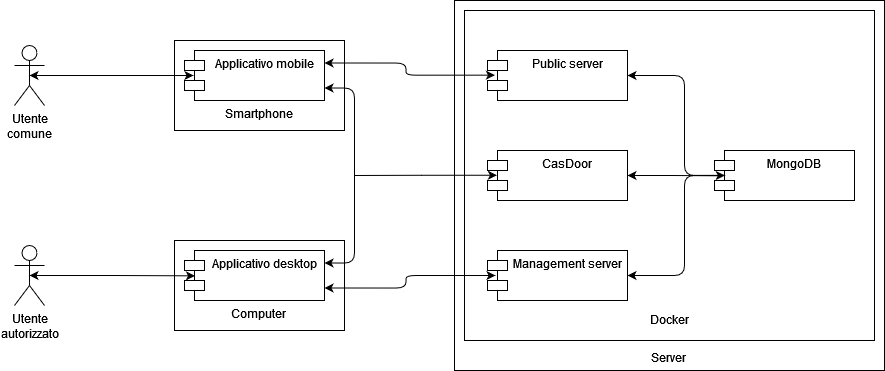
The draw.io diagram Deliverable-4/Images/Component.png in ELI20ZIVI/BeeLive, before a commit. Source tidied: cells renumbered, new cells last; positions are measured from the earlier drawing's top-left corner, leaving out a move shared by most shapes. Source of this version:
```xml
<mxGraphModel>
  <root>
    <mxCell id="0" />
    <mxCell id="1" parent="0" />
    <mxCell id="2" value="&lt;div&gt;&lt;br&gt;&lt;/div&gt;&lt;div&gt;&lt;br&gt;&lt;/div&gt;&lt;div&gt;&lt;br&gt;&lt;/div&gt;&lt;div&gt;&lt;br&gt;&lt;/div&gt;&lt;div&gt;&lt;br&gt;&lt;/div&gt;&lt;div&gt;&lt;br&gt;&lt;/div&gt;&lt;div&gt;&lt;br&gt;&lt;/div&gt;&lt;div&gt;&lt;br&gt;&lt;/div&gt;&lt;div&gt;&lt;br&gt;&lt;/div&gt;&lt;div&gt;&lt;br&gt;&lt;/div&gt;&lt;div&gt;&lt;br&gt;&lt;/div&gt;&lt;div&gt;&lt;br&gt;&lt;/div&gt;&lt;div&gt;&lt;br&gt;&lt;/div&gt;&lt;div&gt;&lt;br&gt;&lt;/div&gt;&lt;div&gt;&lt;br&gt;&lt;/div&gt;&lt;div&gt;&lt;br&gt;&lt;/div&gt;&lt;div&gt;&lt;br&gt;&lt;/div&gt;&lt;div&gt;&lt;br&gt;&lt;/div&gt;&lt;div&gt;&lt;br&gt;&lt;/div&gt;&lt;div&gt;&lt;br&gt;&lt;/div&gt;&lt;div&gt;&lt;br&gt;&lt;/div&gt;&lt;div&gt;&lt;br&gt;&lt;/div&gt;&lt;div&gt;&lt;br&gt;&lt;/div&gt;&lt;div&gt;&lt;br&gt;&lt;/div&gt;&lt;div&gt;Server&lt;br&gt;&lt;/div&gt;" style="html=1;whiteSpace=wrap;" parent="1" vertex="1">
      <mxGeometry x="440" width="430" height="370" as="geometry" />
    </mxCell>
    <mxCell id="3" value="&lt;br&gt;&lt;br&gt;&lt;br&gt;&lt;div&gt;&lt;br&gt;&lt;/div&gt;&lt;div&gt;Computer&lt;br&gt;&lt;/div&gt;" style="html=1;whiteSpace=wrap;" parent="1" vertex="1">
      <mxGeometry x="160" y="240" width="170" height="90" as="geometry" />
    </mxCell>
    <mxCell id="4" value="&lt;div&gt;&lt;br&gt;&lt;/div&gt;&lt;div&gt;&lt;br&gt;&lt;/div&gt;&lt;div&gt;&lt;br&gt;&lt;/div&gt;&lt;div&gt;&lt;br&gt;&lt;/div&gt;&lt;div&gt;Smartphone&lt;br&gt;&lt;/div&gt;" style="html=1;whiteSpace=wrap;" parent="1" vertex="1">
      <mxGeometry x="160" y="40" width="170" height="90" as="geometry" />
    </mxCell>
    <mxCell id="5" value="&lt;br&gt;&lt;div&gt;&lt;br&gt;&lt;/div&gt;&lt;div&gt;&lt;br&gt;&lt;/div&gt;&lt;div&gt;&lt;br&gt;&lt;/div&gt;&lt;div&gt;&lt;br&gt;&lt;/div&gt;&lt;div&gt;&lt;br&gt;&lt;/div&gt;&lt;div&gt;&lt;br&gt;&lt;/div&gt;&lt;div&gt;&lt;br&gt;&lt;/div&gt;&lt;div&gt;&lt;br&gt;&lt;/div&gt;&lt;div&gt;&lt;br&gt;&lt;/div&gt;&lt;div&gt;&lt;br&gt;&lt;/div&gt;&lt;div&gt;&lt;br&gt;&lt;/div&gt;&lt;div&gt;&lt;br&gt;&lt;/div&gt;&lt;div&gt;&lt;br&gt;&lt;/div&gt;&lt;div&gt;&lt;br&gt;&lt;/div&gt;&lt;div&gt;&lt;br&gt;&lt;/div&gt;&lt;div&gt;&lt;br&gt;&lt;/div&gt;&lt;div&gt;&lt;br&gt;&lt;/div&gt;&lt;div&gt;&lt;br&gt;&lt;/div&gt;&lt;div&gt;&lt;br&gt;&lt;/div&gt;&lt;div&gt;Docker&lt;/div&gt;" style="html=1;whiteSpace=wrap;" parent="1" vertex="1">
      <mxGeometry x="450" y="10" width="410" height="330" as="geometry" />
    </mxCell>
    <mxCell id="6" value="&lt;div&gt;Public server&lt;/div&gt;" style="shape=module;align=left;spacingLeft=20;align=center;verticalAlign=top;whiteSpace=wrap;html=1;" parent="1" vertex="1">
      <mxGeometry x="473" y="50" width="140" height="50" as="geometry" />
    </mxCell>
    <mxCell id="7" style="edgeStyle=orthogonalEdgeStyle;rounded=1;jettySize=auto;html=1;exitX=1;exitY=0.5;exitDx=0;exitDy=0;endArrow=none;endFill=0;entryX=0.069;entryY=0.497;entryDx=0;entryDy=0;entryPerimeter=0;curved=0;startArrow=classic;startFill=1;" parent="1" edge="1" source="8" target="21">
      <mxGeometry relative="1" as="geometry">
        <Array as="points">
          <mxPoint x="670" y="275" />
          <mxPoint x="670" y="175" />
        </Array>
      </mxGeometry>
    </mxCell>
    <mxCell id="8" value="Management server" style="shape=module;align=left;spacingLeft=20;align=center;verticalAlign=top;whiteSpace=wrap;html=1;" parent="1" vertex="1">
      <mxGeometry x="473" y="250" width="140" height="50" as="geometry" />
    </mxCell>
    <mxCell id="9" value="Applicativo desktop" style="shape=module;align=left;spacingLeft=20;align=center;verticalAlign=top;whiteSpace=wrap;html=1;" parent="1" vertex="1">
      <mxGeometry x="170" y="250" width="140" height="50" as="geometry" />
    </mxCell>
    <mxCell id="10" value="&lt;div&gt;Utente&lt;/div&gt;&lt;div&gt;comune&lt;/div&gt;" style="shape=umlActor;verticalLabelPosition=bottom;verticalAlign=top;html=1;" parent="1" vertex="1">
      <mxGeometry y="45" width="30" height="60" as="geometry" />
    </mxCell>
    <mxCell id="11" value="&lt;div&gt;Utente&lt;/div&gt;&lt;div&gt;autorizzato&lt;br&gt;&lt;/div&gt;" style="shape=umlActor;verticalLabelPosition=bottom;verticalAlign=top;html=1;" parent="1" vertex="1">
      <mxGeometry y="245" width="30" height="60" as="geometry" />
    </mxCell>
    <mxCell id="12" style="edgeStyle=orthogonalEdgeStyle;rounded=0;jettySize=auto;html=1;exitX=0.067;exitY=0.495;exitDx=0;exitDy=0;exitPerimeter=0;startArrow=classic;startFill=1;endArrow=none;endFill=0;" parent="1" edge="1" source="14">
      <mxGeometry relative="1" as="geometry">
        <mxPoint x="340" y="175" as="targetPoint" />
      </mxGeometry>
    </mxCell>
    <mxCell id="13" style="edgeStyle=orthogonalEdgeStyle;rounded=0;jettySize=auto;html=1;exitX=1;exitY=0.5;exitDx=0;exitDy=0;endArrow=none;endFill=0;entryX=0.053;entryY=0.506;entryDx=0;entryDy=0;entryPerimeter=0;startArrow=classic;startFill=1;" parent="1" edge="1" source="14" target="21">
      <mxGeometry relative="1" as="geometry" />
    </mxCell>
    <mxCell id="14" value="CasDoor" style="shape=module;align=left;spacingLeft=20;align=center;verticalAlign=top;whiteSpace=wrap;html=1;" parent="1" vertex="1">
      <mxGeometry x="473" y="150" width="140" height="50" as="geometry" />
    </mxCell>
    <mxCell id="15" style="edgeStyle=orthogonalEdgeStyle;rounded=1;jettySize=auto;html=1;exitX=1;exitY=0.75;exitDx=0;exitDy=0;endArrow=classic;endFill=1;strokeWidth=1;flowAnimation=0;curved=0;startArrow=classic;startFill=1;entryX=1;entryY=0.25;entryDx=0;entryDy=0;" parent="1" edge="1" source="16" target="9">
      <mxGeometry relative="1" as="geometry">
        <Array as="points">
          <mxPoint x="340" y="88" />
          <mxPoint x="340" y="262" />
        </Array>
      </mxGeometry>
    </mxCell>
    <mxCell id="16" value="Applicativo mobile" style="shape=module;align=left;spacingLeft=20;align=center;verticalAlign=top;whiteSpace=wrap;html=1;" parent="1" vertex="1">
      <mxGeometry x="170" y="50" width="140" height="50" as="geometry" />
    </mxCell>
    <mxCell id="17" style="edgeStyle=orthogonalEdgeStyle;rounded=0;jettySize=auto;html=1;exitX=0.5;exitY=0.5;exitDx=0;exitDy=0;exitPerimeter=0;entryX=0.064;entryY=0.5;entryDx=0;entryDy=0;entryPerimeter=0;startArrow=classic;startFill=1;" parent="1" edge="1" source="10" target="16">
      <mxGeometry relative="1" as="geometry" />
    </mxCell>
    <mxCell id="18" style="edgeStyle=orthogonalEdgeStyle;rounded=1;jettySize=auto;html=1;exitX=1;exitY=0.25;exitDx=0;exitDy=0;entryX=0.053;entryY=0.493;entryDx=0;entryDy=0;entryPerimeter=0;curved=0;startArrow=classic;startFill=1;" parent="1" edge="1" source="16" target="6">
      <mxGeometry relative="1" as="geometry" />
    </mxCell>
    <mxCell id="19" style="edgeStyle=orthogonalEdgeStyle;rounded=0;jettySize=auto;html=1;exitX=0.5;exitY=0.5;exitDx=0;exitDy=0;exitPerimeter=0;entryX=0.075;entryY=0.507;entryDx=0;entryDy=0;entryPerimeter=0;startArrow=classic;startFill=1;" parent="1" edge="1" source="11" target="9">
      <mxGeometry relative="1" as="geometry" />
    </mxCell>
    <mxCell id="20" style="edgeStyle=orthogonalEdgeStyle;rounded=1;jettySize=auto;html=1;exitX=1;exitY=0.75;exitDx=0;exitDy=0;entryX=0.057;entryY=0.5;entryDx=0;entryDy=0;entryPerimeter=0;curved=0;startArrow=classic;startFill=1;" parent="1" edge="1" source="9" target="8">
      <mxGeometry relative="1" as="geometry" />
    </mxCell>
    <mxCell id="21" value="MongoDB" style="shape=module;align=left;spacingLeft=20;align=center;verticalAlign=top;whiteSpace=wrap;html=1;" parent="1" vertex="1">
      <mxGeometry x="700" y="150" width="140" height="50" as="geometry" />
    </mxCell>
    <mxCell id="22" style="edgeStyle=orthogonalEdgeStyle;rounded=1;jettySize=auto;html=1;exitX=1;exitY=0.5;exitDx=0;exitDy=0;entryX=0.074;entryY=0.5;entryDx=0;entryDy=0;entryPerimeter=0;curved=0;startArrow=classic;startFill=1;" parent="1" edge="1" source="6" target="21">
      <mxGeometry relative="1" as="geometry">
        <Array as="points">
          <mxPoint x="670" y="75" />
          <mxPoint x="670" y="175" />
        </Array>
      </mxGeometry>
    </mxCell>
  </root>
</mxGraphModel>
```
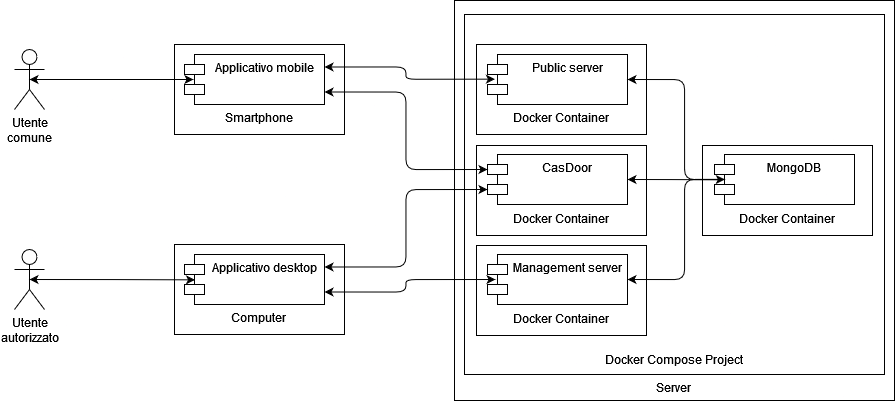
The same diagram one commit later.

Commit message:
new component scheme

Change to the diagram source:
```diff
@@ -2,18 +2,30 @@
   <root>
     <mxCell id="0" />
     <mxCell id="1" parent="0" />
-    <mxCell id="2" value="&lt;div&gt;&lt;br&gt;&lt;/div&gt;&lt;div&gt;&lt;br&gt;&lt;/div&gt;&lt;div&gt;&lt;br&gt;&lt;/div&gt;&lt;div&gt;&lt;br&gt;&lt;/div&gt;&lt;div&gt;&lt;br&gt;&lt;/div&gt;&lt;div&gt;&lt;br&gt;&lt;/div&gt;&lt;div&gt;&lt;br&gt;&lt;/div&gt;&lt;div&gt;&lt;br&gt;&lt;/div&gt;&lt;div&gt;&lt;br&gt;&lt;/div&gt;&lt;div&gt;&lt;br&gt;&lt;/div&gt;&lt;div&gt;&lt;br&gt;&lt;/div&gt;&lt;div&gt;&lt;br&gt;&lt;/div&gt;&lt;div&gt;&lt;br&gt;&lt;/div&gt;&lt;div&gt;&lt;br&gt;&lt;/div&gt;&lt;div&gt;&lt;br&gt;&lt;/div&gt;&lt;div&gt;&lt;br&gt;&lt;/div&gt;&lt;div&gt;&lt;br&gt;&lt;/div&gt;&lt;div&gt;&lt;br&gt;&lt;/div&gt;&lt;div&gt;&lt;br&gt;&lt;/div&gt;&lt;div&gt;&lt;br&gt;&lt;/div&gt;&lt;div&gt;&lt;br&gt;&lt;/div&gt;&lt;div&gt;&lt;br&gt;&lt;/div&gt;&lt;div&gt;&lt;br&gt;&lt;/div&gt;&lt;div&gt;&lt;br&gt;&lt;/div&gt;&lt;div&gt;Server&lt;br&gt;&lt;/div&gt;" style="html=1;whiteSpace=wrap;" parent="1" vertex="1">
-      <mxGeometry x="440" width="430" height="370" as="geometry" />
+    <mxCell id="2" value="&lt;div&gt;&lt;br&gt;&lt;/div&gt;&lt;div&gt;&lt;br&gt;&lt;/div&gt;&lt;div&gt;&lt;br&gt;&lt;/div&gt;&lt;div&gt;&lt;br&gt;&lt;/div&gt;&lt;div&gt;&lt;br&gt;&lt;/div&gt;&lt;div&gt;&lt;br&gt;&lt;/div&gt;&lt;div&gt;&lt;br&gt;&lt;/div&gt;&lt;div&gt;&lt;br&gt;&lt;/div&gt;&lt;div&gt;&lt;br&gt;&lt;/div&gt;&lt;div&gt;&lt;br&gt;&lt;/div&gt;&lt;div&gt;&lt;br&gt;&lt;/div&gt;&lt;div&gt;&lt;br&gt;&lt;/div&gt;&lt;div&gt;&lt;br&gt;&lt;/div&gt;&lt;div&gt;&lt;br&gt;&lt;/div&gt;&lt;div&gt;&lt;br&gt;&lt;/div&gt;&lt;div&gt;&lt;br&gt;&lt;/div&gt;&lt;div&gt;&lt;br&gt;&lt;/div&gt;&lt;div&gt;&lt;br&gt;&lt;/div&gt;&lt;div&gt;&lt;br&gt;&lt;/div&gt;&lt;div&gt;&lt;br&gt;&lt;/div&gt;&lt;div&gt;&lt;br&gt;&lt;/div&gt;&lt;div&gt;&lt;br&gt;&lt;/div&gt;&lt;div&gt;&lt;br&gt;&lt;/div&gt;&lt;div&gt;&lt;br&gt;&lt;/div&gt;&lt;div&gt;&lt;br&gt;&lt;/div&gt;&lt;div&gt;&lt;br&gt;&lt;/div&gt;&lt;div&gt;Server&lt;br&gt;&lt;/div&gt;" style="html=1;whiteSpace=wrap;" parent="1" vertex="1">
+      <mxGeometry x="440" y="-4" width="440" height="400" as="geometry" />
     </mxCell>
+    <mxCell id="5" value="&lt;div&gt;&lt;br&gt;&lt;/div&gt;&lt;div&gt;&lt;br&gt;&lt;/div&gt;&lt;div&gt;&lt;br&gt;&lt;/div&gt;&lt;div&gt;&lt;br&gt;&lt;/div&gt;&lt;div&gt;&lt;br&gt;&lt;/div&gt;&lt;div&gt;&lt;br&gt;&lt;/div&gt;&lt;div&gt;&lt;br&gt;&lt;/div&gt;&lt;div&gt;&lt;br&gt;&lt;/div&gt;&lt;div&gt;&lt;br&gt;&lt;/div&gt;&lt;div&gt;&lt;br&gt;&lt;/div&gt;&lt;div&gt;&lt;br&gt;&lt;/div&gt;&lt;div&gt;&lt;br&gt;&lt;/div&gt;&lt;div&gt;&lt;br&gt;&lt;/div&gt;&lt;div&gt;&lt;br&gt;&lt;/div&gt;&lt;div&gt;&lt;br&gt;&lt;/div&gt;&lt;div&gt;&lt;br&gt;&lt;/div&gt;&lt;div&gt;&lt;br&gt;&lt;/div&gt;&lt;div&gt;&lt;br&gt;&lt;/div&gt;&lt;div&gt;&lt;br&gt;&lt;/div&gt;&lt;div&gt;&lt;br&gt;&lt;/div&gt;&lt;div&gt;&lt;br&gt;&lt;/div&gt;&lt;div&gt;&lt;br&gt;&lt;/div&gt;&lt;div&gt;&lt;br&gt;&lt;/div&gt;&lt;div&gt;Docker Compose Project&lt;/div&gt;" style="html=1;whiteSpace=wrap;" parent="1" vertex="1">
+      <mxGeometry x="450" y="10" width="420" height="360" as="geometry" />
+    </mxCell>
+    <mxCell id="23" value="&lt;div&gt;&lt;br&gt;&lt;/div&gt;&lt;div&gt;&lt;br&gt;&lt;/div&gt;&lt;div&gt;&lt;br&gt;&lt;/div&gt;&lt;div&gt;&lt;br&gt;&lt;/div&gt;&lt;div&gt;Docker Container&lt;/div&gt;" style="html=1;whiteSpace=wrap;" parent="1" vertex="1">
+      <mxGeometry x="688" y="141" width="170" height="90" as="geometry" />
+    </mxCell>
+    <mxCell id="24" value="&lt;div&gt;&lt;br&gt;&lt;/div&gt;&lt;div&gt;&lt;br&gt;&lt;/div&gt;&lt;div&gt;&lt;br&gt;&lt;/div&gt;&lt;div&gt;&lt;br&gt;&lt;/div&gt;&lt;div&gt;Docker Container&lt;/div&gt;" style="html=1;whiteSpace=wrap;" parent="1" vertex="1">
+      <mxGeometry x="462" y="40" width="170" height="90" as="geometry" />
+    </mxCell>
+    <mxCell id="25" value="&lt;div&gt;&lt;br&gt;&lt;/div&gt;&lt;div&gt;&lt;br&gt;&lt;/div&gt;&lt;div&gt;&lt;br&gt;&lt;/div&gt;&lt;div&gt;&lt;br&gt;&lt;/div&gt;&lt;div&gt;Docker Container&lt;/div&gt;" style="html=1;whiteSpace=wrap;" parent="1" vertex="1">
+      <mxGeometry x="462" y="141" width="170" height="90" as="geometry" />
+    </mxCell>
+    <mxCell id="26" value="&lt;div&gt;&lt;br&gt;&lt;/div&gt;&lt;div&gt;&lt;br&gt;&lt;/div&gt;&lt;div&gt;&lt;br&gt;&lt;/div&gt;&lt;div&gt;&lt;br&gt;&lt;/div&gt;&lt;div&gt;Docker Container&lt;/div&gt;" style="html=1;whiteSpace=wrap;" parent="1" vertex="1">
+      <mxGeometry x="462" y="241" width="170" height="90" as="geometry" />
+    </mxCell>
     <mxCell id="3" value="&lt;br&gt;&lt;br&gt;&lt;br&gt;&lt;div&gt;&lt;br&gt;&lt;/div&gt;&lt;div&gt;Computer&lt;br&gt;&lt;/div&gt;" style="html=1;whiteSpace=wrap;" parent="1" vertex="1">
       <mxGeometry x="160" y="240" width="170" height="90" as="geometry" />
     </mxCell>
     <mxCell id="4" value="&lt;div&gt;&lt;br&gt;&lt;/div&gt;&lt;div&gt;&lt;br&gt;&lt;/div&gt;&lt;div&gt;&lt;br&gt;&lt;/div&gt;&lt;div&gt;&lt;br&gt;&lt;/div&gt;&lt;div&gt;Smartphone&lt;br&gt;&lt;/div&gt;" style="html=1;whiteSpace=wrap;" parent="1" vertex="1">
       <mxGeometry x="160" y="40" width="170" height="90" as="geometry" />
     </mxCell>
-    <mxCell id="5" value="&lt;br&gt;&lt;div&gt;&lt;br&gt;&lt;/div&gt;&lt;div&gt;&lt;br&gt;&lt;/div&gt;&lt;div&gt;&lt;br&gt;&lt;/div&gt;&lt;div&gt;&lt;br&gt;&lt;/div&gt;&lt;div&gt;&lt;br&gt;&lt;/div&gt;&lt;div&gt;&lt;br&gt;&lt;/div&gt;&lt;div&gt;&lt;br&gt;&lt;/div&gt;&lt;div&gt;&lt;br&gt;&lt;/div&gt;&lt;div&gt;&lt;br&gt;&lt;/div&gt;&lt;div&gt;&lt;br&gt;&lt;/div&gt;&lt;div&gt;&lt;br&gt;&lt;/div&gt;&lt;div&gt;&lt;br&gt;&lt;/div&gt;&lt;div&gt;&lt;br&gt;&lt;/div&gt;&lt;div&gt;&lt;br&gt;&lt;/div&gt;&lt;div&gt;&lt;br&gt;&lt;/div&gt;&lt;div&gt;&lt;br&gt;&lt;/div&gt;&lt;div&gt;&lt;br&gt;&lt;/div&gt;&lt;div&gt;&lt;br&gt;&lt;/div&gt;&lt;div&gt;&lt;br&gt;&lt;/div&gt;&lt;div&gt;Docker&lt;/div&gt;" style="html=1;whiteSpace=wrap;" parent="1" vertex="1">
-      <mxGeometry x="450" y="10" width="410" height="330" as="geometry" />
-    </mxCell>
     <mxCell id="6" value="&lt;div&gt;Public server&lt;/div&gt;" style="shape=module;align=left;spacingLeft=20;align=center;verticalAlign=top;whiteSpace=wrap;html=1;" parent="1" vertex="1">
       <mxGeometry x="473" y="50" width="140" height="50" as="geometry" />
     </mxCell>
@@ -37,25 +49,12 @@
     <mxCell id="11" value="&lt;div&gt;Utente&lt;/div&gt;&lt;div&gt;autorizzato&lt;br&gt;&lt;/div&gt;" style="shape=umlActor;verticalLabelPosition=bottom;verticalAlign=top;html=1;" parent="1" vertex="1">
       <mxGeometry y="245" width="30" height="60" as="geometry" />
     </mxCell>
-    <mxCell id="12" style="edgeStyle=orthogonalEdgeStyle;rounded=0;jettySize=auto;html=1;exitX=0.067;exitY=0.495;exitDx=0;exitDy=0;exitPerimeter=0;startArrow=classic;startFill=1;endArrow=none;endFill=0;" parent="1" edge="1" source="14">
-      <mxGeometry relative="1" as="geometry">
-        <mxPoint x="340" y="175" as="targetPoint" />
-      </mxGeometry>
-    </mxCell>
     <mxCell id="13" style="edgeStyle=orthogonalEdgeStyle;rounded=0;jettySize=auto;html=1;exitX=1;exitY=0.5;exitDx=0;exitDy=0;endArrow=none;endFill=0;entryX=0.053;entryY=0.506;entryDx=0;entryDy=0;entryPerimeter=0;startArrow=classic;startFill=1;" parent="1" edge="1" source="14" target="21">
       <mxGeometry relative="1" as="geometry" />
     </mxCell>
     <mxCell id="14" value="CasDoor" style="shape=module;align=left;spacingLeft=20;align=center;verticalAlign=top;whiteSpace=wrap;html=1;" parent="1" vertex="1">
       <mxGeometry x="473" y="150" width="140" height="50" as="geometry" />
     </mxCell>
-    <mxCell id="15" style="edgeStyle=orthogonalEdgeStyle;rounded=1;jettySize=auto;html=1;exitX=1;exitY=0.75;exitDx=0;exitDy=0;endArrow=classic;endFill=1;strokeWidth=1;flowAnimation=0;curved=0;startArrow=classic;startFill=1;entryX=1;entryY=0.25;entryDx=0;entryDy=0;" parent="1" edge="1" source="16" target="9">
-      <mxGeometry relative="1" as="geometry">
-        <Array as="points">
-          <mxPoint x="340" y="88" />
-          <mxPoint x="340" y="262" />
-        </Array>
-      </mxGeometry>
-    </mxCell>
     <mxCell id="16" value="Applicativo mobile" style="shape=module;align=left;spacingLeft=20;align=center;verticalAlign=top;whiteSpace=wrap;html=1;" parent="1" vertex="1">
       <mxGeometry x="170" y="50" width="140" height="50" as="geometry" />
     </mxCell>
@@ -82,5 +81,11 @@
         </Array>
       </mxGeometry>
     </mxCell>
+    <mxCell id="27" style="edgeStyle=orthogonalEdgeStyle;rounded=1;jettySize=auto;html=1;exitX=1;exitY=0.75;exitDx=0;exitDy=0;entryX=0;entryY=0;entryDx=0;entryDy=15;entryPerimeter=0;curved=0;startArrow=classic;startFill=1;" parent="1" edge="1" source="16" target="14">
+      <mxGeometry relative="1" as="geometry" />
+    </mxCell>
+    <mxCell id="28" style="edgeStyle=orthogonalEdgeStyle;rounded=1;jettySize=auto;html=1;exitX=1;exitY=0.25;exitDx=0;exitDy=0;entryX=0;entryY=0;entryDx=0;entryDy=35;entryPerimeter=0;curved=0;startArrow=classic;startFill=1;" parent="1" edge="1" source="9" target="14">
+      <mxGeometry relative="1" as="geometry" />
+    </mxCell>
   </root>
 </mxGraphModel>
```
